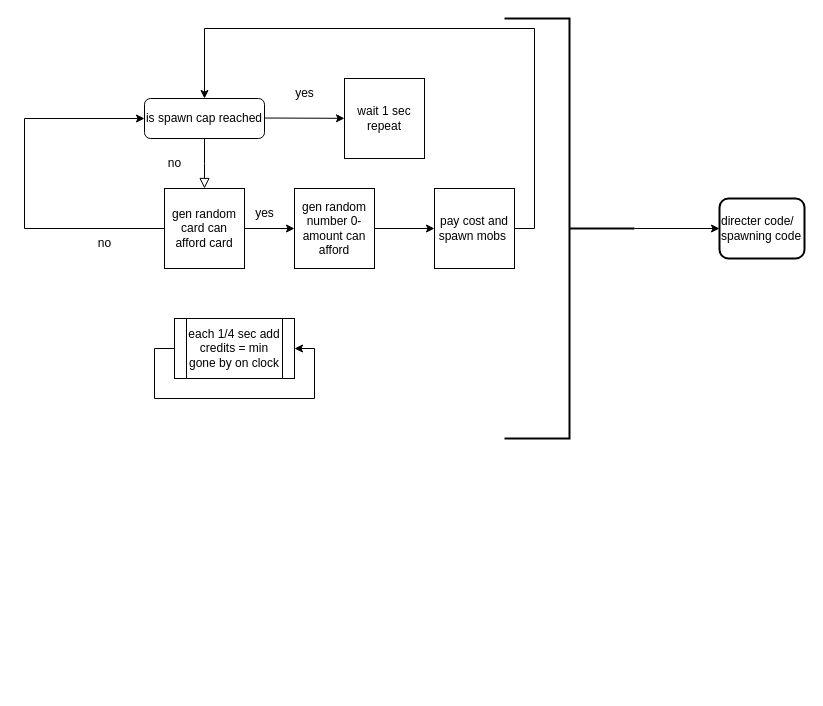
Above: Untitled Diagram.drawio in Cyclic007/game (draw.io), before the change. Source tidied: cells renumbered, new cells numbered last; positions are measured from the earlier drawing's top-left corner, leaving out a move shared by most shapes. Both pictures are drawn from the tidied source at 100%, with x=0, y=0 at pixel (24, 18).
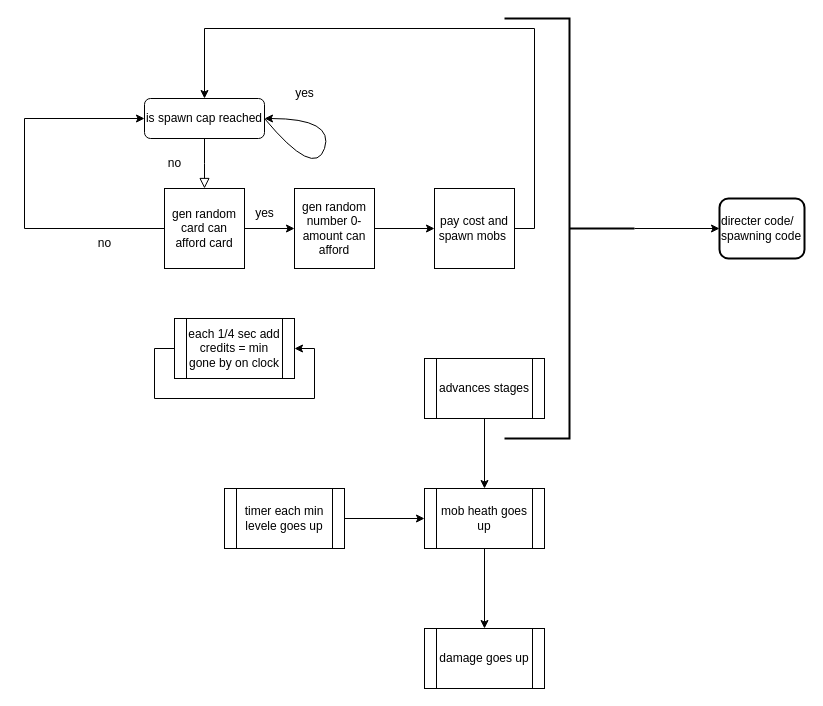
After the change.

Unchanged cells that the change refers to:
```xml
<mxCell id="3" value="is spawn cap reached" style="rounded=1;whiteSpace=wrap;html=1;fontSize=12;glass=0;strokeWidth=1;shadow=0;" parent="1" vertex="1">
  <mxGeometry x="120" y="80" width="120" height="40" as="geometry" />
</mxCell>
```

What changed in the source:
```diff
@@
-    <mxCell id="5" style="endArrow=classic;html=1;rounded=0;" parent="1" edge="1" target="6">
-      <mxGeometry relative="1" as="geometry">
-        <mxPoint x="240" y="99.5" as="sourcePoint" />
-      </mxGeometry>
-    </mxCell>
-    <mxCell id="6" value="wait 1 sec repeat" style="whiteSpace=wrap;html=1;fillColor=none;" parent="1" vertex="1">
-      <mxGeometry x="320" y="60" width="80" height="80" as="geometry" />
-    </mxCell>
@@
+    <mxCell id="22" style="edgeStyle=orthogonalEdgeStyle;rounded=0;jettySize=auto;html=1;" parent="1" edge="1" source="23" target="25">
+      <mxGeometry relative="1" as="geometry" />
+    </mxCell>
+    <mxCell id="23" value="timer each min levele goes up" style="shape=process;whiteSpace=wrap;html=1;backgroundOutline=1;" parent="1" vertex="1">
+      <mxGeometry x="200" y="470" width="120" height="60" as="geometry" />
+    </mxCell>
+    <mxCell id="24" style="edgeStyle=orthogonalEdgeStyle;rounded=0;jettySize=auto;html=1;" parent="1" edge="1" source="25" target="26">
+      <mxGeometry relative="1" as="geometry" />
+    </mxCell>
+    <mxCell id="25" value="mob heath goes up" style="shape=process;whiteSpace=wrap;html=1;backgroundOutline=1;" parent="1" vertex="1">
+      <mxGeometry x="400" y="470" width="120" height="60" as="geometry" />
+    </mxCell>
+    <mxCell id="26" value="damage goes up" style="shape=process;whiteSpace=wrap;html=1;backgroundOutline=1;" parent="1" vertex="1">
+      <mxGeometry x="400" y="610" width="120" height="60" as="geometry" />
+    </mxCell>
+    <mxCell id="27" style="edgeStyle=orthogonalEdgeStyle;rounded=0;jettySize=auto;html=1;exitX=0.5;exitY=1;exitDx=0;exitDy=0;entryX=0.5;entryY=0;entryDx=0;entryDy=0;" parent="1" edge="1" source="28" target="25">
+      <mxGeometry relative="1" as="geometry" />
+    </mxCell>
+    <mxCell id="28" value="advances stages" style="shape=process;whiteSpace=wrap;html=1;backgroundOutline=1;" parent="1" vertex="1">
+      <mxGeometry x="400" y="340" width="120" height="60" as="geometry" />
+    </mxCell>
+    <mxCell id="29" style="curved=1;endArrow=classic;html=1;rounded=0;exitX=1;exitY=0.5;exitDx=0;exitDy=0;entryX=1;entryY=0.5;entryDx=0;entryDy=0;" parent="1" edge="1" source="3" target="3">
+      <mxGeometry relative="1" as="geometry">
+        <Array as="points">
+          <mxPoint x="290" y="160" />
+          <mxPoint x="310" y="100" />
+        </Array>
+      </mxGeometry>
+    </mxCell>
```
